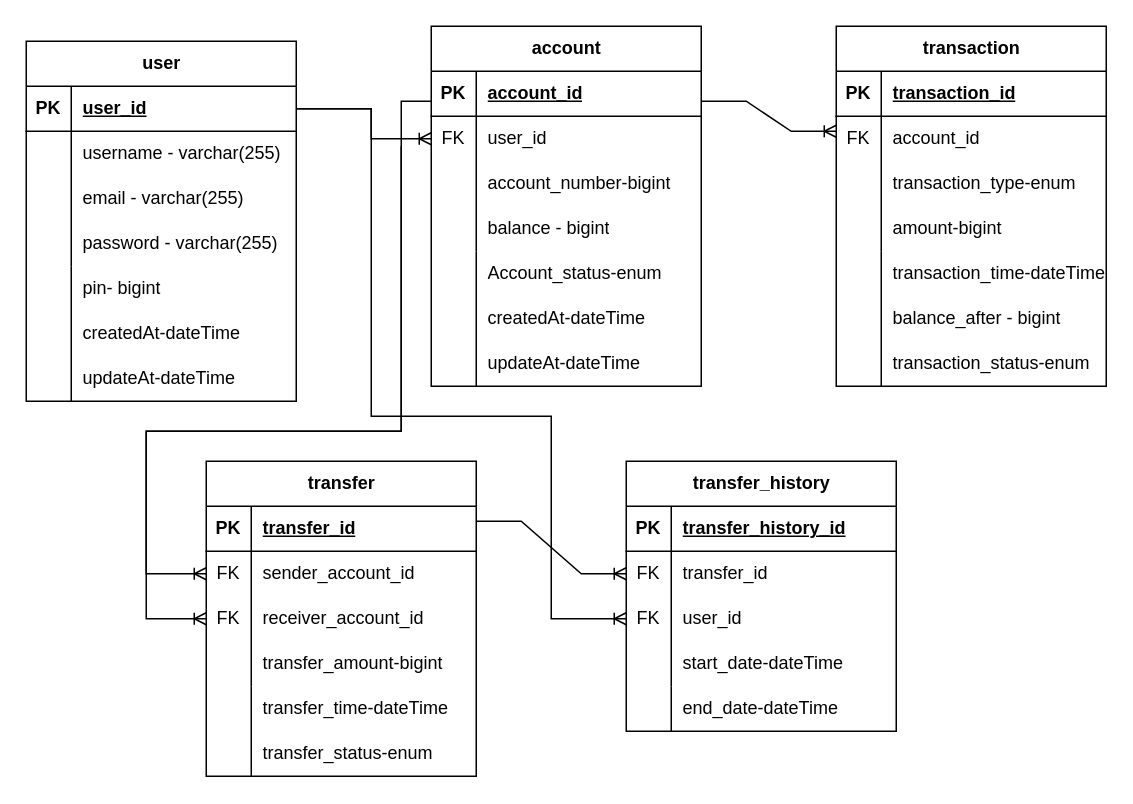
Before: src/ZB-fintech.drawio in mingang211/ZB-fintech, a draw.io diagram. Source tidied: cells renumbered, new cells numbered last; positions are measured from the earlier drawing's top-left corner, leaving out a move shared by most shapes. Both pictures are drawn from the tidied source at 150%, with x=0, y=0 at pixel (26, 26).
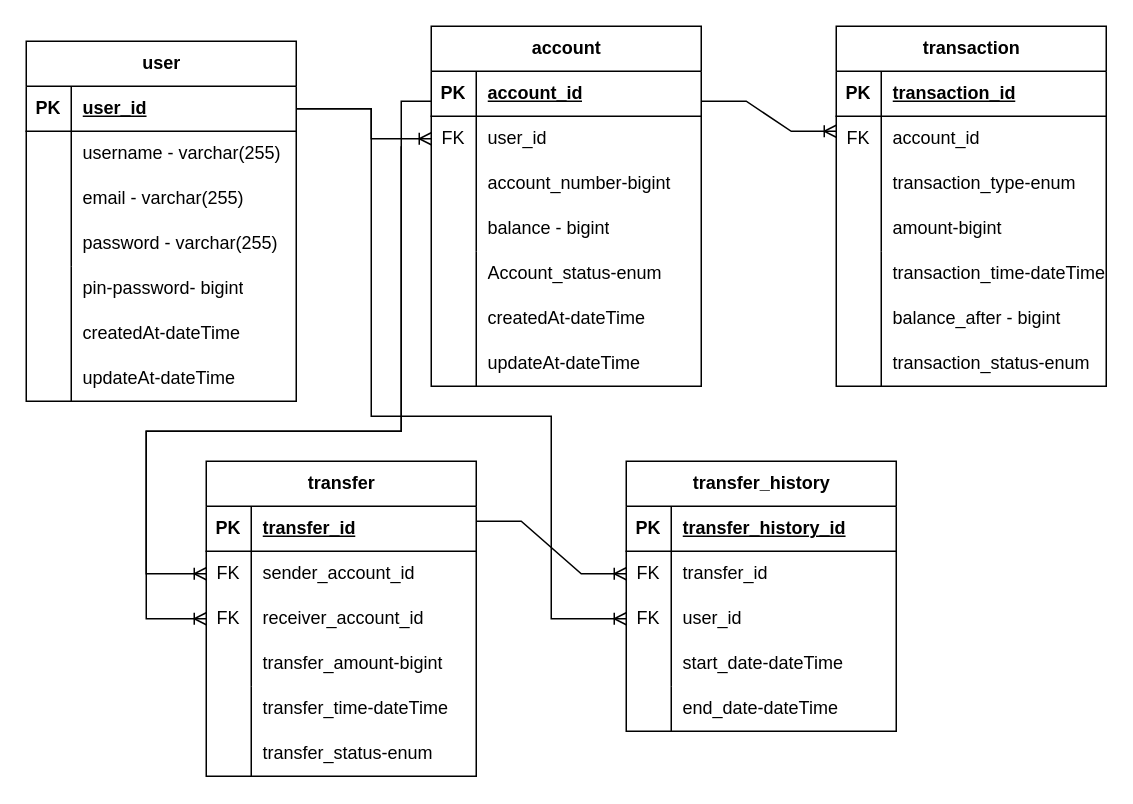
Above is the later version.

The edit, as a diff of the source:
```diff
@@
-    <mxCell id="41" value="pin- bigint" style="shape=partialRectangle;fillColor=none;top=0;left=0;bottom=0;right=0;align=left;spacingLeft=6;overflow=hidden;whiteSpace=wrap;html=1;" parent="1" vertex="1">
+    <mxCell id="41" value="pin-password- bigint" style="shape=partialRectangle;fillColor=none;top=0;left=0;bottom=0;right=0;align=left;spacingLeft=6;overflow=hidden;whiteSpace=wrap;html=1;" parent="1" vertex="1">
       <mxGeometry x="30" y="160" width="150" height="30" as="geometry" />
     </mxCell>
```
